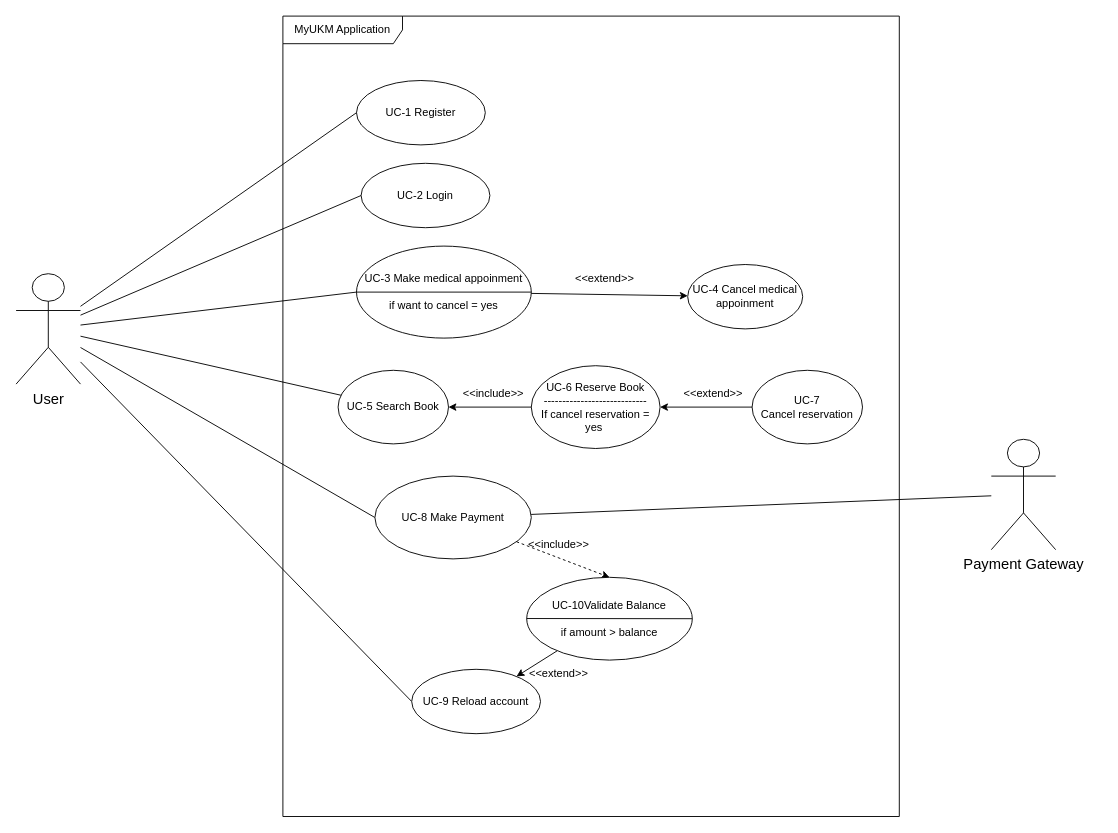
The draw.io diagram MyUKM usecase.drawio in izqalan/drawio, before the edit. Source tidied: cells renumbered, new cells numbered last; positions are measured from the earlier drawing's top-left corner, leaving out a move shared by most shapes. Both pictures are drawn from the tidied source at 92%, with x=0, y=0 at pixel (16, 16).
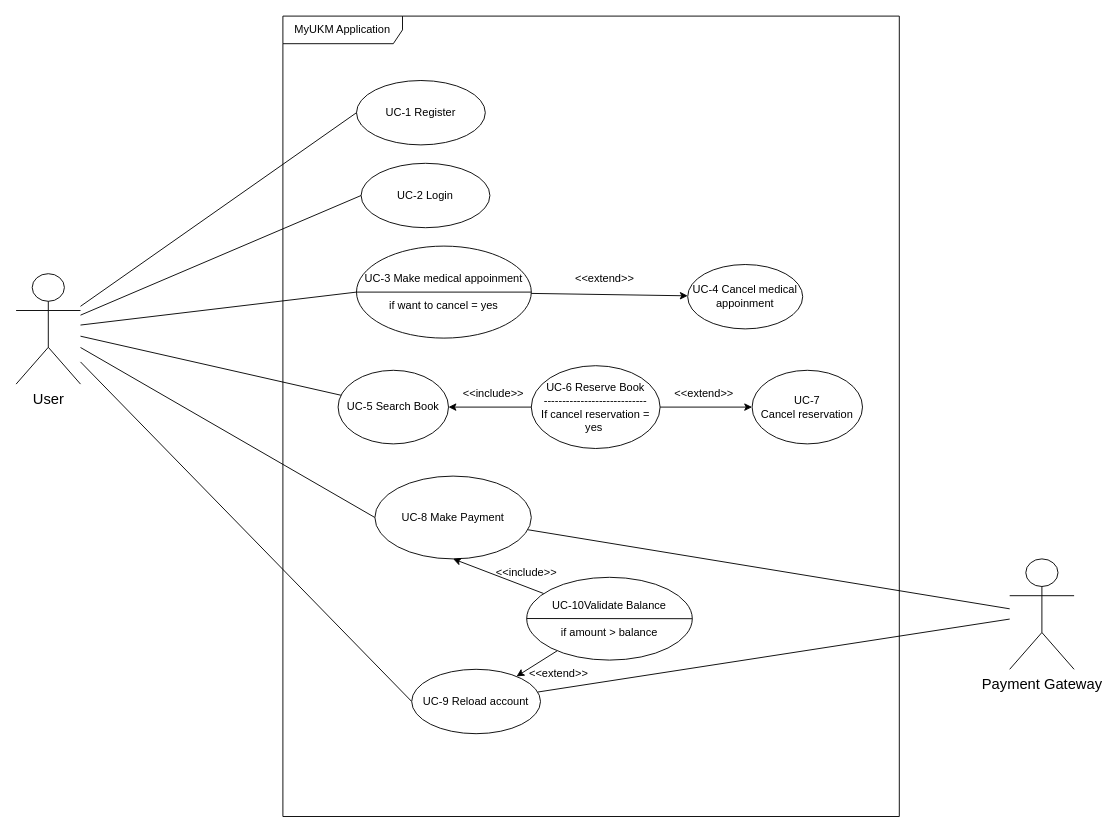
The same page after the edit.

Unchanged cells that the change refers to:
```xml
<mxCell id="19" value="&lt;font style=&quot;font-size: 12px;&quot;&gt;UC-6 Reserve Book&lt;br&gt;----------------------------&lt;br&gt;If cancel reservation = yes&amp;nbsp;&lt;/font&gt;" style="ellipse;whiteSpace=wrap;html=1;" parent="1" vertex="1">
  <mxGeometry x="560" y="380" width="140" height="90" as="geometry" />
</mxCell>
<mxCell id="22" value="UC-7 Cancel&amp;nbsp;reservation" style="ellipse;whiteSpace=wrap;html=1;" parent="1" vertex="1">
  <mxGeometry x="800" y="385" width="120" height="80" as="geometry" />
</mxCell>
<mxCell id="26" value="&lt;div&gt;UC-8 Make Payment&lt;/div&gt;" style="ellipse;whiteSpace=wrap;html=1;" parent="1" vertex="1">
  <mxGeometry x="390" y="500" width="170" height="90" as="geometry" />
</mxCell>
<mxCell id="27" value="UC-9 Reload account" style="ellipse;whiteSpace=wrap;html=1;" parent="1" vertex="1">
  <mxGeometry x="430" y="710" width="140" height="70" as="geometry" />
</mxCell>
<mxCell id="30" value="&lt;div&gt;UC-10Validate Balance&lt;/div&gt;&lt;div&gt;&lt;br&gt;&lt;/div&gt;&lt;div&gt;if amount &amp;gt; balance&lt;/div&gt;" style="ellipse;whiteSpace=wrap;html=1;" parent="1" vertex="1">
  <mxGeometry x="555" y="610" width="180" height="90" as="geometry" />
</mxCell>
```

Diff of the diagram source:
```diff
@@
+    <mxCell id="34" style="edgeStyle=none;rounded=0;jettySize=auto;html=1;endArrow=classic;endFill=1;" parent="1" edge="1" source="19" target="22">
+      <mxGeometry relative="1" as="geometry" />
+    </mxCell>
@@
-    <mxCell id="21" style="edgeStyle=none;rounded=0;jettySize=auto;html=1;entryX=1;entryY=0.5;entryDx=0;entryDy=0;endArrow=classic;endFill=1;" parent="1" edge="1" source="22" target="19">
-      <mxGeometry relative="1" as="geometry" />
-    </mxCell>
@@
     <mxCell id="23" value="&lt;&lt;extend&gt;&gt;" style="text;strokeColor=none;fillColor=none;align=left;verticalAlign=middle;spacingLeft=4;spacingRight=4;overflow=hidden;" parent="1" vertex="1">
-      <mxGeometry x="720" y="395" width="80" height="30" as="geometry" />
+      <mxGeometry x="710" y="395" width="80" height="30" as="geometry" />
     </mxCell>
-    <mxCell id="24" style="edgeStyle=none;rounded=0;jettySize=auto;html=1;entryX=0.5;entryY=0;entryDx=0;entryDy=0;dashed=1;endArrow=classic;endFill=1;" parent="1" edge="1" source="26" target="30">
-      <mxGeometry relative="1" as="geometry" />
-    </mxCell>
@@
+    <mxCell id="35" style="rounded=0;jettySize=auto;html=1;endArrow=none;endFill=0;" parent="1" edge="1" source="27" target="31">
+      <mxGeometry relative="1" as="geometry" />
+    </mxCell>
@@
     <mxCell id="28" value="&amp;lt;&amp;lt;include&amp;gt;&amp;gt;" style="text;html=1;strokeColor=none;fillColor=none;align=center;verticalAlign=middle;whiteSpace=wrap;rounded=0;" parent="1" vertex="1">
-      <mxGeometry x="560" y="560" width="60" height="30" as="geometry" />
+      <mxGeometry x="525" y="590" width="60" height="30" as="geometry" />
     </mxCell>
@@
+    <mxCell id="36" style="edgeStyle=none;rounded=0;jettySize=auto;html=1;entryX=0.5;entryY=1;entryDx=0;entryDy=0;endArrow=classic;endFill=1;" parent="1" edge="1" source="30" target="26">
+      <mxGeometry relative="1" as="geometry" />
+    </mxCell>
@@
     <mxCell id="31" value="&lt;font style=&quot;font-size: 16px;&quot;&gt;Payment Gateway&lt;/font&gt;" style="shape=umlActor;verticalLabelPosition=bottom;verticalAlign=top;html=1;outlineConnect=0;" parent="1" vertex="1">
-      <mxGeometry x="1060" y="460" width="70" height="120" as="geometry" />
+      <mxGeometry x="1080" y="590" width="70" height="120" as="geometry" />
     </mxCell>
```
